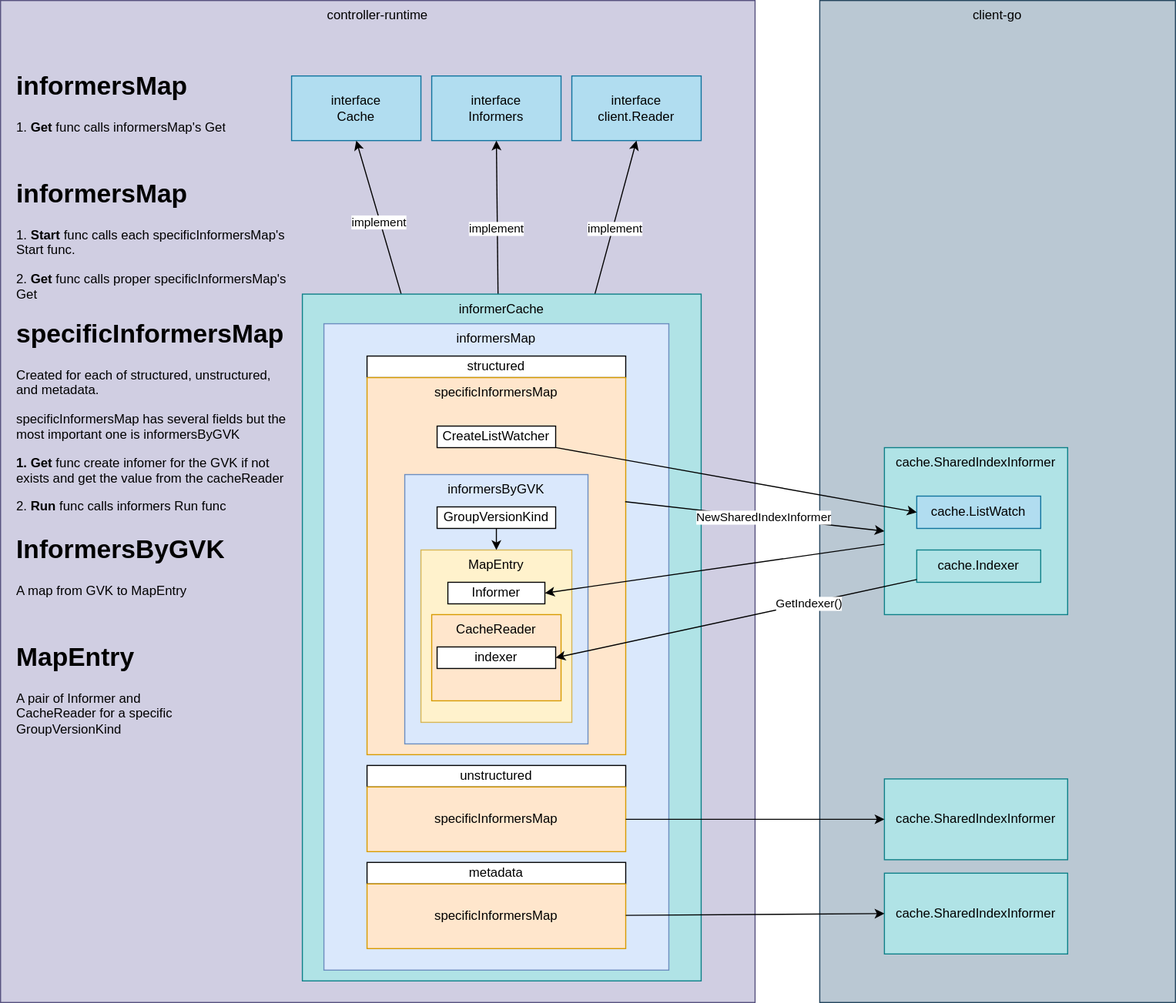
Earlier version of the draw.io export contents/kubernetes-operator/controller-runtime/cache/diagram-2.drawio.svg (nakamasato/kubernetes-training). Source tidied: cells renumbered, new cells last; positions are measured from the earlier drawing's top-left corner, leaving out a move shared by most shapes. The source it was exported from:
```xml
<mxGraphModel>
  <root>
    <mxCell id="0" />
    <mxCell id="1" parent="0" />
    <mxCell id="2" value="client-go" style="rounded=0;whiteSpace=wrap;html=1;verticalAlign=top;fillColor=#bac8d3;strokeColor=#23445d;" parent="1" vertex="1">
      <mxGeometry x="760" width="330" height="930" as="geometry" />
    </mxCell>
    <mxCell id="3" value="controller-runtime" style="rounded=0;whiteSpace=wrap;html=1;verticalAlign=top;fillColor=#d0cee2;strokeColor=#56517e;" parent="1" vertex="1">
      <mxGeometry width="700" height="930" as="geometry" />
    </mxCell>
    <mxCell id="4" value="cache.SharedIndexInformer" style="rounded=0;whiteSpace=wrap;html=1;verticalAlign=top;fillColor=#b0e3e6;strokeColor=#0e8088;" parent="1" vertex="1">
      <mxGeometry x="820" y="415" width="170" height="155" as="geometry" />
    </mxCell>
    <mxCell id="5" value="cache.Indexer" style="rounded=0;whiteSpace=wrap;html=1;verticalAlign=middle;fillColor=#b0e3e6;strokeColor=#0e8088;" parent="1" vertex="1">
      <mxGeometry x="850" y="510" width="115" height="30" as="geometry" />
    </mxCell>
    <mxCell id="6" value="interface&lt;br&gt;Cache" style="rounded=0;whiteSpace=wrap;html=1;fillColor=#b1ddf0;strokeColor=#10739e;" parent="1" vertex="1">
      <mxGeometry x="270" y="70" width="120" height="60" as="geometry" />
    </mxCell>
    <mxCell id="7" value="interface&lt;br&gt;Informers" style="rounded=0;whiteSpace=wrap;html=1;fillColor=#b1ddf0;strokeColor=#10739e;" parent="1" vertex="1">
      <mxGeometry x="400" y="70" width="120" height="60" as="geometry" />
    </mxCell>
    <mxCell id="8" value="interface&lt;br&gt;client.Reader" style="rounded=0;whiteSpace=wrap;html=1;fillColor=#b1ddf0;strokeColor=#10739e;" parent="1" vertex="1">
      <mxGeometry x="530" y="70" width="120" height="60" as="geometry" />
    </mxCell>
    <mxCell id="9" style="edgeStyle=none;html=1;entryX=0.5;entryY=1;entryDx=0;entryDy=0;" parent="1" edge="1" source="18" target="7">
      <mxGeometry relative="1" as="geometry" />
    </mxCell>
    <mxCell id="10" value="implement" style="edgeLabel;html=1;align=center;verticalAlign=middle;" parent="9" vertex="1">
      <mxGeometry x="-0.14" y="1" relative="1" as="geometry" />
    </mxCell>
    <mxCell id="11" style="edgeStyle=none;html=1;entryX=0.5;entryY=1;entryDx=0;entryDy=0;" parent="1" edge="1" source="18" target="6">
      <mxGeometry relative="1" as="geometry" />
    </mxCell>
    <mxCell id="12" value="implement" style="edgeLabel;html=1;align=center;verticalAlign=middle;" parent="11" vertex="1">
      <mxGeometry x="-0.06" y="1" relative="1" as="geometry" />
    </mxCell>
    <mxCell id="13" style="edgeStyle=none;html=1;entryX=0.5;entryY=1;entryDx=0;entryDy=0;" parent="1" edge="1" source="18" target="8">
      <mxGeometry relative="1" as="geometry" />
    </mxCell>
    <mxCell id="14" value="implement" style="edgeLabel;html=1;align=center;verticalAlign=middle;" parent="13" vertex="1">
      <mxGeometry x="-0.13" y="-2" relative="1" as="geometry" />
    </mxCell>
    <mxCell id="15" value="&lt;h1&gt;MapEntry&lt;/h1&gt;&lt;p&gt;A pair of Informer and CacheReader for a specific GroupVersionKind&lt;/p&gt;" style="text;html=1;strokeColor=none;fillColor=none;spacing=5;spacingTop=-20;whiteSpace=wrap;overflow=hidden;rounded=0;" parent="1" vertex="1">
      <mxGeometry x="10" y="590" width="190" height="120" as="geometry" />
    </mxCell>
    <mxCell id="16" value="&lt;h1&gt;InformersByGVK&lt;/h1&gt;&lt;p&gt;A map from GVK to MapEntry&lt;/p&gt;" style="text;html=1;strokeColor=none;fillColor=none;spacing=5;spacingTop=-20;whiteSpace=wrap;overflow=hidden;rounded=0;" parent="1" vertex="1">
      <mxGeometry x="10" y="490" width="210" height="100" as="geometry" />
    </mxCell>
    <mxCell id="17" value="&lt;h1&gt;specificInformersMap&lt;/h1&gt;&lt;p&gt;Created for each of structured, unstructured, and metadata.&lt;/p&gt;&lt;p&gt;specificInformersMap has several fields but the most important one is informersByGVK&lt;/p&gt;&lt;p&gt;&lt;b&gt;1. Get&lt;/b&gt; func create infomer for the GVK if not exists and get the value from the cacheReader&lt;/p&gt;&lt;p&gt;2. &lt;b&gt;Run&lt;/b&gt; func calls informers Run func&lt;/p&gt;" style="text;html=1;strokeColor=none;fillColor=none;spacing=5;spacingTop=-20;whiteSpace=wrap;overflow=hidden;rounded=0;" parent="1" vertex="1">
      <mxGeometry x="10" y="290" width="260" height="190" as="geometry" />
    </mxCell>
    <mxCell id="18" value="informerCache" style="rounded=0;whiteSpace=wrap;html=1;verticalAlign=top;fillColor=#b0e3e6;strokeColor=#0e8088;" parent="1" vertex="1">
      <mxGeometry x="280" y="272.5" width="370" height="637.5" as="geometry" />
    </mxCell>
    <mxCell id="19" value="informersMap" style="rounded=0;whiteSpace=wrap;html=1;verticalAlign=top;fillColor=#dae8fc;strokeColor=#6c8ebf;" parent="1" vertex="1">
      <mxGeometry x="300" y="300" width="320" height="600" as="geometry" />
    </mxCell>
    <mxCell id="20" value="structured" style="rounded=0;whiteSpace=wrap;html=1;" parent="1" vertex="1">
      <mxGeometry x="340" y="330" width="240" height="20" as="geometry" />
    </mxCell>
    <mxCell id="21" value="specificInformersMap" style="rounded=0;whiteSpace=wrap;html=1;verticalAlign=top;fillColor=#ffe6cc;strokeColor=#d79b00;" parent="1" vertex="1">
      <mxGeometry x="340" y="350" width="240" height="350" as="geometry" />
    </mxCell>
    <mxCell id="22" style="group;" parent="1" vertex="1">
      <mxGeometry x="400" y="710" width="180" height="80" as="geometry" />
    </mxCell>
    <mxCell id="23" value="unstructured" style="rounded=0;whiteSpace=wrap;html=1;" parent="22" vertex="1">
      <mxGeometry x="-60" width="240" height="20" as="geometry" />
    </mxCell>
    <mxCell id="24" value="specificInformersMap" style="rounded=0;whiteSpace=wrap;html=1;fillColor=#ffe6cc;strokeColor=#d79b00;" parent="22" vertex="1">
      <mxGeometry x="-60" y="20" width="240" height="60" as="geometry" />
    </mxCell>
    <mxCell id="25" style="group;" parent="1" vertex="1">
      <mxGeometry x="400" y="800" width="180" height="80" as="geometry" />
    </mxCell>
    <mxCell id="26" value="metadata" style="rounded=0;whiteSpace=wrap;html=1;" parent="25" vertex="1">
      <mxGeometry x="-60" width="240" height="20" as="geometry" />
    </mxCell>
    <mxCell id="27" value="specificInformersMap" style="rounded=0;whiteSpace=wrap;html=1;fillColor=#ffe6cc;strokeColor=#d79b00;" parent="25" vertex="1">
      <mxGeometry x="-60" y="20" width="240" height="60" as="geometry" />
    </mxCell>
    <mxCell id="28" value="informersByGVK" style="rounded=0;whiteSpace=wrap;html=1;verticalAlign=top;fillColor=#dae8fc;strokeColor=#6c8ebf;" parent="1" vertex="1">
      <mxGeometry x="375" y="440" width="170" height="250" as="geometry" />
    </mxCell>
    <mxCell id="29" value="GroupVersionKind" style="rounded=0;whiteSpace=wrap;html=1;" parent="1" vertex="1">
      <mxGeometry x="405" y="470" width="110" height="20" as="geometry" />
    </mxCell>
    <mxCell id="30" value="MapEntry" style="rounded=0;whiteSpace=wrap;html=1;verticalAlign=top;fillColor=#fff2cc;strokeColor=#d6b656;" parent="1" vertex="1">
      <mxGeometry x="390" y="510" width="140" height="160" as="geometry" />
    </mxCell>
    <mxCell id="31" style="edgeStyle=none;html=1;" parent="1" edge="1" source="29" target="30">
      <mxGeometry relative="1" as="geometry" />
    </mxCell>
    <mxCell id="32" value="Informer" style="rounded=0;whiteSpace=wrap;html=1;" parent="1" vertex="1">
      <mxGeometry x="415" y="540" width="90" height="20" as="geometry" />
    </mxCell>
    <mxCell id="33" value="CacheReader" style="rounded=0;whiteSpace=wrap;html=1;verticalAlign=top;fillColor=#ffe6cc;strokeColor=#d79b00;" parent="1" vertex="1">
      <mxGeometry x="400" y="570" width="120" height="80" as="geometry" />
    </mxCell>
    <mxCell id="34" value="indexer" style="rounded=0;whiteSpace=wrap;html=1;" parent="1" vertex="1">
      <mxGeometry x="405" y="600" width="110" height="20" as="geometry" />
    </mxCell>
    <mxCell id="35" value="&lt;h1&gt;informersMap&lt;/h1&gt;&lt;p&gt;1. &lt;b&gt;Start&lt;/b&gt; func calls each specificInformersMap's Start func.&lt;/p&gt;&lt;p&gt;2. &lt;b&gt;Get&lt;/b&gt; func calls proper specificInformersMap's Get&lt;/p&gt;" style="text;html=1;strokeColor=none;fillColor=none;spacing=5;spacingTop=-20;whiteSpace=wrap;overflow=hidden;rounded=0;" parent="1" vertex="1">
      <mxGeometry x="10" y="160" width="260" height="140" as="geometry" />
    </mxCell>
    <mxCell id="36" value="&lt;h1&gt;informersMap&lt;/h1&gt;&lt;p&gt;&lt;span&gt;1. &lt;/span&gt;&lt;b&gt;Get&lt;/b&gt;&lt;span&gt; func calls informersMap's Get&lt;/span&gt;&lt;br&gt;&lt;/p&gt;" style="text;html=1;strokeColor=none;fillColor=none;spacing=5;spacingTop=-20;whiteSpace=wrap;overflow=hidden;rounded=0;" parent="1" vertex="1">
      <mxGeometry x="10" y="60" width="250" height="80" as="geometry" />
    </mxCell>
    <mxCell id="37" value="cache.ListWatch" style="rounded=0;whiteSpace=wrap;html=1;verticalAlign=middle;fillColor=#b1ddf0;strokeColor=#10739e;" parent="1" vertex="1">
      <mxGeometry x="850" y="460" width="115" height="30" as="geometry" />
    </mxCell>
    <mxCell id="38" style="edgeStyle=none;html=1;entryX=0;entryY=0.5;entryDx=0;entryDy=0;exitX=0.998;exitY=0.329;exitDx=0;exitDy=0;exitPerimeter=0;" parent="1" edge="1" source="21" target="4">
      <mxGeometry relative="1" as="geometry" />
    </mxCell>
    <mxCell id="39" value="NewSharedIndexInformer" style="edgeLabel;html=1;align=center;verticalAlign=middle;" parent="38" vertex="1">
      <mxGeometry x="0.07" relative="1" as="geometry" />
    </mxCell>
    <mxCell id="40" style="edgeStyle=none;html=1;entryX=0;entryY=0.5;entryDx=0;entryDy=0;" parent="1" edge="1" source="41" target="37">
      <mxGeometry relative="1" as="geometry" />
    </mxCell>
    <mxCell id="41" value="CreateListWatcher" style="rounded=0;whiteSpace=wrap;html=1;" parent="1" vertex="1">
      <mxGeometry x="405" y="395" width="110" height="20" as="geometry" />
    </mxCell>
    <mxCell id="42" style="edgeStyle=none;html=1;entryX=1;entryY=0.5;entryDx=0;entryDy=0;" parent="1" edge="1" source="4" target="32">
      <mxGeometry relative="1" as="geometry" />
    </mxCell>
    <mxCell id="43" style="edgeStyle=none;html=1;entryX=1;entryY=0.5;entryDx=0;entryDy=0;" parent="1" edge="1" source="5" target="34">
      <mxGeometry relative="1" as="geometry" />
    </mxCell>
    <mxCell id="44" value="GetIndexer()" style="edgeLabel;html=1;align=center;verticalAlign=middle;" parent="43" vertex="1">
      <mxGeometry x="-0.4" y="1" relative="1" as="geometry" />
    </mxCell>
    <mxCell id="45" value="cache.SharedIndexInformer" style="rounded=0;whiteSpace=wrap;html=1;verticalAlign=middle;fillColor=#b0e3e6;strokeColor=#0e8088;" parent="1" vertex="1">
      <mxGeometry x="820" y="722.5" width="170" height="75" as="geometry" />
    </mxCell>
    <mxCell id="46" style="edgeStyle=none;html=1;entryX=0;entryY=0.5;entryDx=0;entryDy=0;" parent="1" edge="1" source="24" target="45">
      <mxGeometry relative="1" as="geometry" />
    </mxCell>
    <mxCell id="47" value="cache.SharedIndexInformer" style="rounded=0;whiteSpace=wrap;html=1;verticalAlign=middle;fillColor=#b0e3e6;strokeColor=#0e8088;" parent="1" vertex="1">
      <mxGeometry x="820" y="810" width="170" height="75" as="geometry" />
    </mxCell>
    <mxCell id="48" style="edgeStyle=none;html=1;entryX=0;entryY=0.5;entryDx=0;entryDy=0;" parent="1" edge="1" source="27" target="47">
      <mxGeometry relative="1" as="geometry" />
    </mxCell>
  </root>
</mxGraphModel>
```
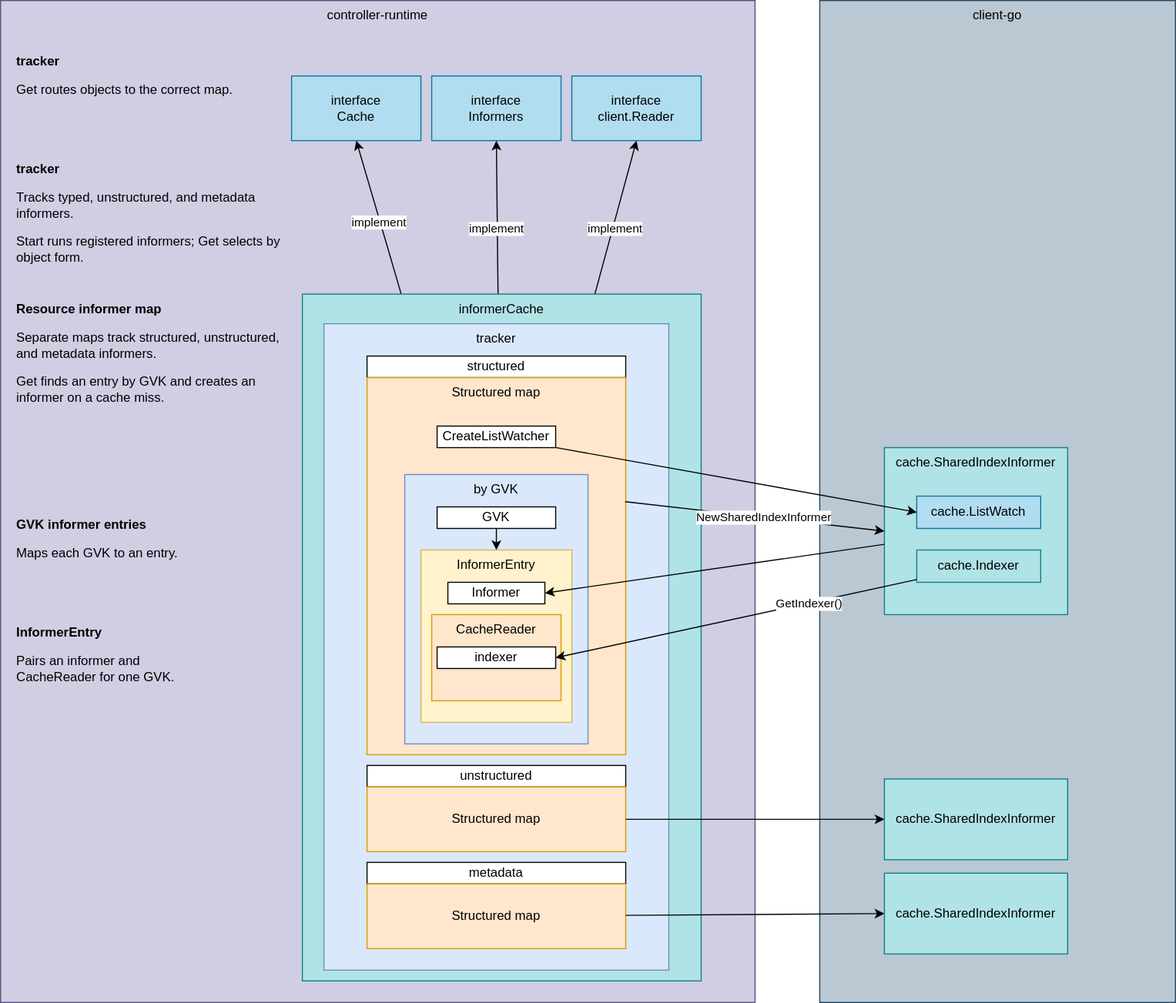
The same diagram one commit later.

Diff of the diagram source:
```diff
@@ -41,25 +41,25 @@
     <mxCell id="14" value="implement" style="edgeLabel;html=1;align=center;verticalAlign=middle;" parent="13" vertex="1">
       <mxGeometry x="-0.13" y="-2" relative="1" as="geometry" />
     </mxCell>
-    <mxCell id="15" value="&lt;h1&gt;MapEntry&lt;/h1&gt;&lt;p&gt;A pair of Informer and CacheReader for a specific GroupVersionKind&lt;/p&gt;" style="text;html=1;strokeColor=none;fillColor=none;spacing=5;spacingTop=-20;whiteSpace=wrap;overflow=hidden;rounded=0;" parent="1" vertex="1">
+    <mxCell id="15" value="&lt;div style=&quot;font-size:12px;font-weight:bold;line-height:1.2;margin:0 0 4px 0;&quot;&gt;Informer entry&lt;/div&gt;&lt;p&gt;Pairs an informer and CacheReader for one GVK.&lt;/p&gt;" style="text;html=1;strokeColor=none;fillColor=none;spacing=5;spacingTop=-20;whiteSpace=wrap;overflow=hidden;rounded=0;" parent="1" vertex="1">
       <mxGeometry x="10" y="590" width="190" height="120" as="geometry" />
     </mxCell>
-    <mxCell id="16" value="&lt;h1&gt;InformersByGVK&lt;/h1&gt;&lt;p&gt;A map from GVK to MapEntry&lt;/p&gt;" style="text;html=1;strokeColor=none;fillColor=none;spacing=5;spacingTop=-20;whiteSpace=wrap;overflow=hidden;rounded=0;" parent="1" vertex="1">
+    <mxCell id="16" value="GVK to entry" style="text;html=1;strokeColor=none;fillColor=none;spacing=5;spacingTop=-20;whiteSpace=wrap;overflow=hidden;rounded=0;" parent="1" vertex="1">
       <mxGeometry x="10" y="490" width="210" height="100" as="geometry" />
     </mxCell>
-    <mxCell id="17" value="&lt;h1&gt;specificInformersMap&lt;/h1&gt;&lt;p&gt;Created for each of structured, unstructured, and metadata.&lt;/p&gt;&lt;p&gt;specificInformersMap has several fields but the most important one is informersByGVK&lt;/p&gt;&lt;p&gt;&lt;b&gt;1. Get&lt;/b&gt; func create infomer for the GVK if not exists and get the value from the cacheReader&lt;/p&gt;&lt;p&gt;2. &lt;b&gt;Run&lt;/b&gt; func calls informers Run func&lt;/p&gt;" style="text;html=1;strokeColor=none;fillColor=none;spacing=5;spacingTop=-20;whiteSpace=wrap;overflow=hidden;rounded=0;" parent="1" vertex="1">
+    <mxCell id="17" value="&lt;div style=&quot;font-size:12px;font-weight:bold;line-height:1.2;margin:0 0 4px 0;&quot;&gt;Resource informer map&lt;/div&gt;&lt;p&gt;Separate maps track structured, unstructured, and metadata informers.&lt;/p&gt;&lt;p&gt;Get finds an entry by GVK and creates an informer on a cache miss.&lt;/p&gt;" style="text;html=1;strokeColor=none;fillColor=none;spacing=5;spacingTop=-20;whiteSpace=wrap;overflow=hidden;rounded=0;" parent="1" vertex="1">
       <mxGeometry x="10" y="290" width="260" height="190" as="geometry" />
     </mxCell>
     <mxCell id="18" value="informerCache" style="rounded=0;whiteSpace=wrap;html=1;verticalAlign=top;fillColor=#b0e3e6;strokeColor=#0e8088;" parent="1" vertex="1">
       <mxGeometry x="280" y="272.5" width="370" height="637.5" as="geometry" />
     </mxCell>
-    <mxCell id="19" value="informersMap" style="rounded=0;whiteSpace=wrap;html=1;verticalAlign=top;fillColor=#dae8fc;strokeColor=#6c8ebf;" parent="1" vertex="1">
+    <mxCell id="19" value="tracker" style="rounded=0;whiteSpace=wrap;html=1;verticalAlign=top;fillColor=#dae8fc;strokeColor=#6c8ebf;" parent="1" vertex="1">
       <mxGeometry x="300" y="300" width="320" height="600" as="geometry" />
     </mxCell>
     <mxCell id="20" value="structured" style="rounded=0;whiteSpace=wrap;html=1;" parent="1" vertex="1">
       <mxGeometry x="340" y="330" width="240" height="20" as="geometry" />
     </mxCell>
-    <mxCell id="21" value="specificInformersMap" style="rounded=0;whiteSpace=wrap;html=1;verticalAlign=top;fillColor=#ffe6cc;strokeColor=#d79b00;" parent="1" vertex="1">
+    <mxCell id="21" value="Structured map" style="rounded=0;whiteSpace=wrap;html=1;verticalAlign=top;fillColor=#ffe6cc;strokeColor=#d79b00;" parent="1" vertex="1">
       <mxGeometry x="340" y="350" width="240" height="350" as="geometry" />
     </mxCell>
     <mxCell id="22" style="group;" parent="1" vertex="1">
@@ -68,7 +68,7 @@
     <mxCell id="23" value="unstructured" style="rounded=0;whiteSpace=wrap;html=1;" parent="22" vertex="1">
       <mxGeometry x="-60" width="240" height="20" as="geometry" />
     </mxCell>
-    <mxCell id="24" value="specificInformersMap" style="rounded=0;whiteSpace=wrap;html=1;fillColor=#ffe6cc;strokeColor=#d79b00;" parent="22" vertex="1">
+    <mxCell id="24" value="Unstructured map" style="rounded=0;whiteSpace=wrap;html=1;fillColor=#ffe6cc;strokeColor=#d79b00;" parent="22" vertex="1">
       <mxGeometry x="-60" y="20" width="240" height="60" as="geometry" />
     </mxCell>
     <mxCell id="25" style="group;" parent="1" vertex="1">
@@ -77,16 +77,16 @@
     <mxCell id="26" value="metadata" style="rounded=0;whiteSpace=wrap;html=1;" parent="25" vertex="1">
       <mxGeometry x="-60" width="240" height="20" as="geometry" />
     </mxCell>
-    <mxCell id="27" value="specificInformersMap" style="rounded=0;whiteSpace=wrap;html=1;fillColor=#ffe6cc;strokeColor=#d79b00;" parent="25" vertex="1">
+    <mxCell id="27" value="Metadata map" style="rounded=0;whiteSpace=wrap;html=1;fillColor=#ffe6cc;strokeColor=#d79b00;" parent="25" vertex="1">
       <mxGeometry x="-60" y="20" width="240" height="60" as="geometry" />
     </mxCell>
-    <mxCell id="28" value="informersByGVK" style="rounded=0;whiteSpace=wrap;html=1;verticalAlign=top;fillColor=#dae8fc;strokeColor=#6c8ebf;" parent="1" vertex="1">
+    <mxCell id="28" value="by GVK" style="rounded=0;whiteSpace=wrap;html=1;verticalAlign=top;fillColor=#dae8fc;strokeColor=#6c8ebf;" parent="1" vertex="1">
       <mxGeometry x="375" y="440" width="170" height="250" as="geometry" />
     </mxCell>
-    <mxCell id="29" value="GroupVersionKind" style="rounded=0;whiteSpace=wrap;html=1;" parent="1" vertex="1">
+    <mxCell id="29" value="GVK" style="rounded=0;whiteSpace=wrap;html=1;" parent="1" vertex="1">
       <mxGeometry x="405" y="470" width="110" height="20" as="geometry" />
     </mxCell>
-    <mxCell id="30" value="MapEntry" style="rounded=0;whiteSpace=wrap;html=1;verticalAlign=top;fillColor=#fff2cc;strokeColor=#d6b656;" parent="1" vertex="1">
+    <mxCell id="30" value="Informer + Reader" style="rounded=0;whiteSpace=wrap;html=1;verticalAlign=top;fillColor=#fff2cc;strokeColor=#d6b656;" parent="1" vertex="1">
       <mxGeometry x="390" y="510" width="140" height="160" as="geometry" />
     </mxCell>
     <mxCell id="31" style="edgeStyle=none;html=1;" parent="1" edge="1" source="29" target="30">
@@ -101,10 +101,10 @@
     <mxCell id="34" value="indexer" style="rounded=0;whiteSpace=wrap;html=1;" parent="1" vertex="1">
       <mxGeometry x="405" y="600" width="110" height="20" as="geometry" />
     </mxCell>
-    <mxCell id="35" value="&lt;h1&gt;informersMap&lt;/h1&gt;&lt;p&gt;1. &lt;b&gt;Start&lt;/b&gt; func calls each specificInformersMap's Start func.&lt;/p&gt;&lt;p&gt;2. &lt;b&gt;Get&lt;/b&gt; func calls proper specificInformersMap's Get&lt;/p&gt;" style="text;html=1;strokeColor=none;fillColor=none;spacing=5;spacingTop=-20;whiteSpace=wrap;overflow=hidden;rounded=0;" parent="1" vertex="1">
+    <mxCell id="35" value="&lt;div style=&quot;font-size:12px;font-weight:bold;line-height:1.2;margin:0 0 4px 0;&quot;&gt;tracker&lt;/div&gt;&lt;p&gt;Tracks typed, unstructured, and metadata informers.&lt;/p&gt;&lt;p&gt;Start runs registered informers; Get selects by object form.&lt;/p&gt;" style="text;html=1;strokeColor=none;fillColor=none;spacing=5;spacingTop=-20;whiteSpace=wrap;overflow=hidden;rounded=0;" parent="1" vertex="1">
       <mxGeometry x="10" y="160" width="260" height="140" as="geometry" />
     </mxCell>
-    <mxCell id="36" value="&lt;h1&gt;informersMap&lt;/h1&gt;&lt;p&gt;&lt;span&gt;1. &lt;/span&gt;&lt;b&gt;Get&lt;/b&gt;&lt;span&gt; func calls informersMap's Get&lt;/span&gt;&lt;br&gt;&lt;/p&gt;" style="text;html=1;strokeColor=none;fillColor=none;spacing=5;spacingTop=-20;whiteSpace=wrap;overflow=hidden;rounded=0;" parent="1" vertex="1">
+    <mxCell id="36" value="&lt;div style=&quot;font-size:12px;font-weight:bold;line-height:1.2;margin:0 0 4px 0;&quot;&gt;tracker&lt;/div&gt;&lt;p&gt;Get routes objects to the correct map.&lt;/p&gt;" style="text;html=1;strokeColor=none;fillColor=none;spacing=5;spacingTop=-20;whiteSpace=wrap;overflow=hidden;rounded=0;" parent="1" vertex="1">
       <mxGeometry x="10" y="60" width="250" height="80" as="geometry" />
     </mxCell>
     <mxCell id="37" value="cache.ListWatch" style="rounded=0;whiteSpace=wrap;html=1;verticalAlign=middle;fillColor=#b1ddf0;strokeColor=#10739e;" parent="1" vertex="1">
```
